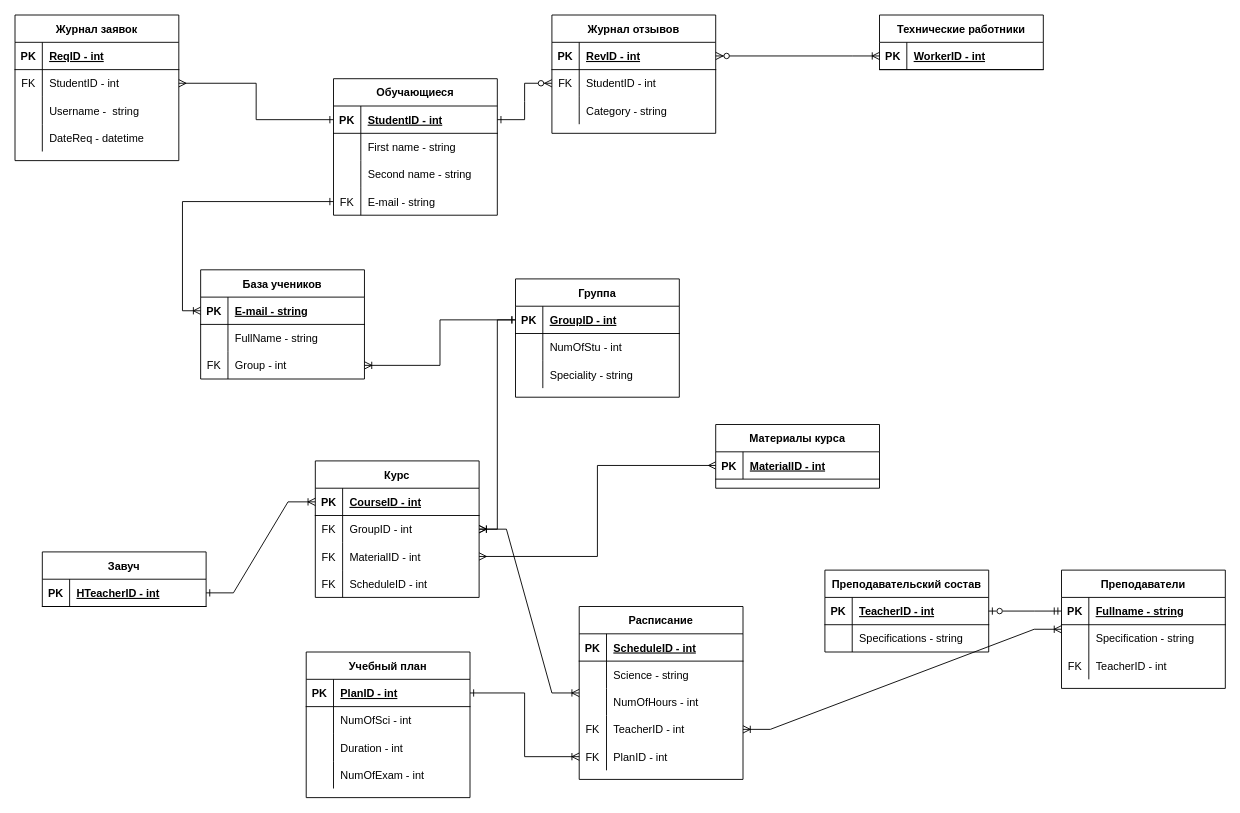
Above: ER.drawio in JKtheeone/Online-School (draw.io), before the change. Source tidied: cells renumbered, new cells numbered last; positions are measured from the earlier drawing's top-left corner, leaving out a move shared by most shapes. Both pictures are drawn from the tidied source at 91%, with x=0, y=0 at pixel (15, 15).
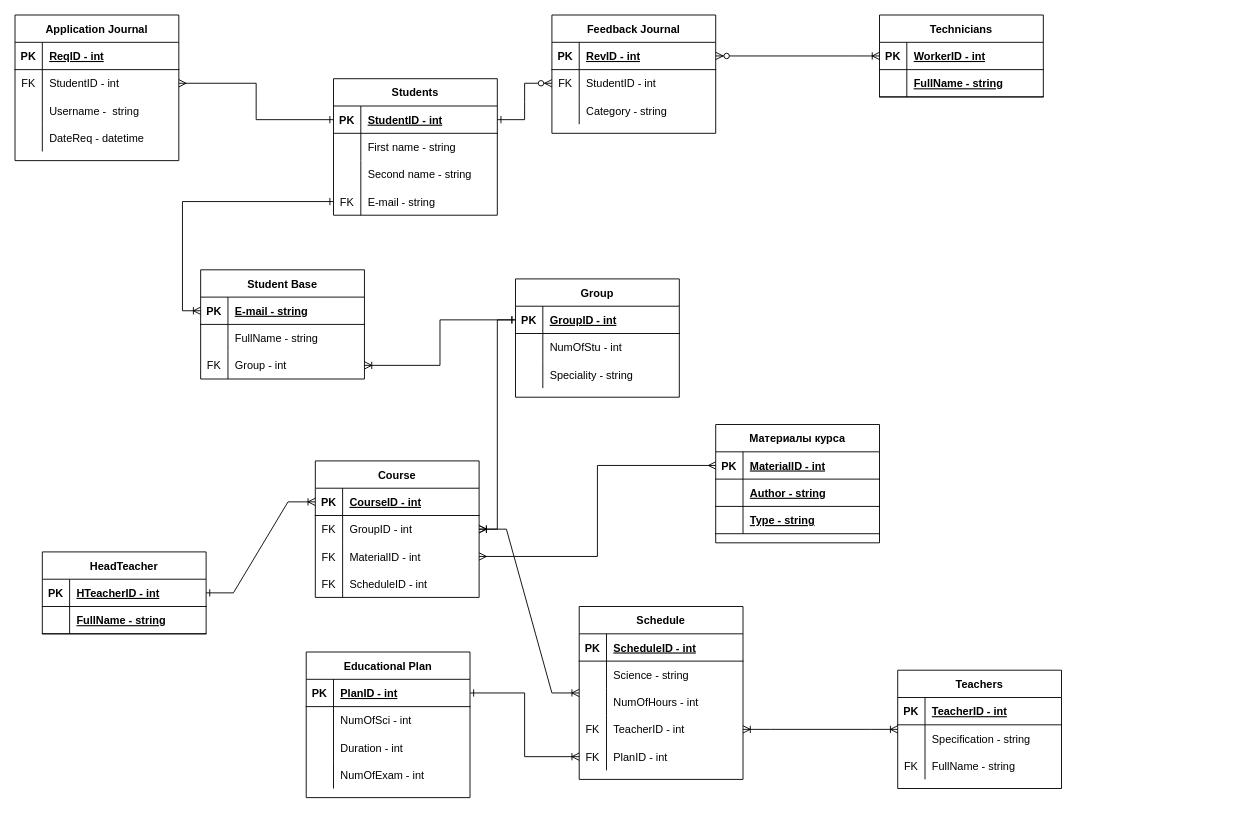
The same diagram, later.

The change refers to these unchanged cells:
```xml
<mxCell id="96" style="shape=partialRectangle;fillColor=none;top=0;left=0;bottom=1;right=0;points=[[0,0.5],[1,0.5]];portConstraint=eastwest;" parent="95" vertex="1">
  <mxGeometry y="30" width="180" height="30" as="geometry" />
</mxCell>
<mxCell id="102" style="shape=partialRectangle;fillColor=none;top=0;left=0;bottom=0;right=0;" parent="95" vertex="1">
  <mxGeometry y="90" width="180" height="30" as="geometry" />
</mxCell>
```

Change to the diagram source:
```diff
@@
-    <mxCell id="2" value="Обучающиеся" style="shape=table;startSize=30;childLayout=tableLayout;rowLines=0;fontStyle=1;align=center;fillColor=default;strokeColor=default;fontColor=default;" parent="1" vertex="1">
+    <mxCell id="2" value="Students" style="shape=table;startSize=30;childLayout=tableLayout;rowLines=0;fontStyle=1;align=center;fillColor=default;strokeColor=default;fontColor=default;" parent="1" vertex="1">
       <mxGeometry x="350" y="70" width="180" height="150" as="geometry" />
     </mxCell>
@@
-    <mxCell id="15" value="Журнал отзывов" style="shape=table;startSize=30;childLayout=tableLayout;rowLines=0;fontStyle=1;align=center;fillColor=default;strokeColor=default;fontColor=default;" parent="1" vertex="1">
+    <mxCell id="15" value="Feedback Journal" style="shape=table;startSize=30;childLayout=tableLayout;rowLines=0;fontStyle=1;align=center;fillColor=default;strokeColor=default;fontColor=default;" parent="1" vertex="1">
       <mxGeometry x="590" width="180" height="130" as="geometry" />
     </mxCell>
@@
-    <mxCell id="25" value="Журнал заявок" style="shape=table;startSize=30;childLayout=tableLayout;rowLines=0;fontStyle=1;align=center;fillColor=default;strokeColor=default;fontColor=default;" parent="1" vertex="1">
+    <mxCell id="25" value="Application Journal" style="shape=table;startSize=30;childLayout=tableLayout;rowLines=0;fontStyle=1;align=center;fillColor=default;strokeColor=default;fontColor=default;" parent="1" vertex="1">
       <mxGeometry width="180" height="160" as="geometry" />
     </mxCell>
@@
-    <mxCell id="38" value="Технические работники" style="shape=table;startSize=30;childLayout=tableLayout;rowLines=0;fontStyle=1;align=center;fillColor=default;strokeColor=default;fontColor=default;" parent="1" vertex="1">
-      <mxGeometry x="950" width="180" height="60" as="geometry" />
+    <mxCell id="38" value="Technicians" style="shape=table;startSize=30;childLayout=tableLayout;rowLines=0;fontStyle=1;align=center;fillColor=default;strokeColor=default;fontColor=default;" parent="1" vertex="1">
+      <mxGeometry x="950" width="180" height="90" as="geometry" />
     </mxCell>
@@
+    <mxCell id="141" style="shape=partialRectangle;fillColor=none;top=0;left=0;bottom=1;right=0;" parent="38" vertex="1">
+      <mxGeometry y="60" width="180" height="30" as="geometry" />
+    </mxCell>
+    <mxCell id="142" style="shape=partialRectangle;fillColor=none;top=0;left=0;bottom=0;right=0;fontStyle=1;overflow=hidden;" parent="141" vertex="1">
+      <mxGeometry width="30" height="30" as="geometry" />
+    </mxCell>
+    <mxCell id="143" value="FullName - string" style="shape=partialRectangle;fillColor=none;top=0;left=0;bottom=0;right=0;align=left;spacingLeft=6;fontStyle=5;overflow=hidden;" parent="141" vertex="1">
+      <mxGeometry x="30" width="150" height="30" as="geometry" />
+    </mxCell>
-    <mxCell id="42" value="Завуч" style="shape=table;startSize=30;childLayout=tableLayout;rowLines=0;fontStyle=1;align=center;" parent="1" vertex="1">
-      <mxGeometry x="30" y="590" width="180" height="60" as="geometry" />
+    <mxCell id="42" value="HeadTeacher" style="shape=table;startSize=30;childLayout=tableLayout;rowLines=0;fontStyle=1;align=center;" parent="1" vertex="1">
+      <mxGeometry x="30" y="590" width="180" height="90" as="geometry" />
     </mxCell>
@@
+    <mxCell id="144" style="shape=partialRectangle;fillColor=none;top=0;left=0;bottom=1;right=0;" parent="42" vertex="1">
+      <mxGeometry y="60" width="180" height="30" as="geometry" />
+    </mxCell>
+    <mxCell id="145" style="shape=partialRectangle;fillColor=none;top=0;left=0;bottom=0;right=0;fontStyle=1;overflow=hidden;" parent="144" vertex="1">
+      <mxGeometry width="30" height="30" as="geometry" />
+    </mxCell>
+    <mxCell id="146" value="FullName - string" style="shape=partialRectangle;fillColor=none;top=0;left=0;bottom=0;right=0;align=left;spacingLeft=6;fontStyle=5;overflow=hidden;" parent="144" vertex="1">
+      <mxGeometry x="30" width="150" height="30" as="geometry" />
+    </mxCell>
-    <mxCell id="46" value="Учебный план" style="shape=table;startSize=30;childLayout=tableLayout;rowLines=0;fontStyle=1;align=center;fillColor=default;strokeColor=default;fontColor=default;" parent="1" vertex="1">
+    <mxCell id="46" value="Educational Plan" style="shape=table;startSize=30;childLayout=tableLayout;rowLines=0;fontStyle=1;align=center;fillColor=default;strokeColor=default;fontColor=default;" parent="1" vertex="1">
       <mxGeometry x="320" y="700" width="180" height="160" as="geometry" />
     </mxCell>
@@
-    <mxCell id="59" value="Расписание" style="shape=table;startSize=30;childLayout=tableLayout;rowLines=0;fontStyle=1;align=center;" parent="1" vertex="1">
+    <mxCell id="59" value="Schedule" style="shape=table;startSize=30;childLayout=tableLayout;rowLines=0;fontStyle=1;align=center;" parent="1" vertex="1">
       <mxGeometry x="620" y="650" width="180" height="190" as="geometry" />
     </mxCell>
@@
-    <mxCell id="75" value="Курс" style="shape=table;startSize=30;childLayout=tableLayout;rowLines=0;fontStyle=1;align=center;fillColor=default;strokeColor=default;fontColor=default;" parent="1" vertex="1">
+    <mxCell id="75" value="Course" style="shape=table;startSize=30;childLayout=tableLayout;rowLines=0;fontStyle=1;align=center;fillColor=default;strokeColor=default;fontColor=default;" parent="1" vertex="1">
       <mxGeometry x="330" y="490" width="180" height="150" as="geometry" />
     </mxCell>
@@
-    <mxCell id="88" value="Преподавательский состав" style="shape=table;startSize=30;childLayout=tableLayout;rowLines=0;fontStyle=1;align=center;fillColor=default;strokeColor=default;fontColor=default;" parent="1" vertex="1">
-      <mxGeometry x="890" y="610" width="180" height="90" as="geometry" />
-    </mxCell>
-    <mxCell id="89" style="shape=partialRectangle;fillColor=none;top=0;left=0;bottom=1;right=0;points=[[0,0.5],[1,0.5]];portConstraint=eastwest;" parent="88" vertex="1">
-      <mxGeometry y="30" width="180" height="30" as="geometry" />
-    </mxCell>
-    <mxCell id="90" value="PK" style="shape=partialRectangle;fillColor=none;top=0;left=0;bottom=0;right=0;fontStyle=1;overflow=hidden;" parent="89" vertex="1">
-      <mxGeometry width="30" height="30" as="geometry" />
-    </mxCell>
-    <mxCell id="91" value="TeacherID - int" style="shape=partialRectangle;fillColor=none;top=0;left=0;bottom=0;right=0;align=left;spacingLeft=6;fontStyle=5;overflow=hidden;" parent="89" vertex="1">
-      <mxGeometry x="30" width="150" height="30" as="geometry" />
-    </mxCell>
-    <mxCell id="92" style="shape=partialRectangle;fillColor=none;top=0;left=0;bottom=0;right=0;" parent="88" vertex="1">
-      <mxGeometry y="60" width="180" height="30" as="geometry" />
-    </mxCell>
-    <mxCell id="93" style="shape=partialRectangle;fillColor=none;top=0;left=0;bottom=0;right=0;overflow=hidden;" parent="92" vertex="1">
-      <mxGeometry width="30" height="30" as="geometry" />
-    </mxCell>
-    <mxCell id="94" value="Specifications - string" style="shape=partialRectangle;fillColor=none;top=0;left=0;bottom=0;right=0;align=left;spacingLeft=6;overflow=hidden;" parent="92" vertex="1">
-      <mxGeometry x="30" width="150" height="30" as="geometry" />
-    </mxCell>
-    <mxCell id="95" value="Преподаватели" style="shape=table;startSize=30;childLayout=tableLayout;rowLines=0;fontStyle=1;align=center;fillColor=default;strokeColor=default;fontColor=default;" parent="1" vertex="1">
-      <mxGeometry x="1150" y="610" width="180" height="130" as="geometry" />
+    <mxCell id="95" value="Teachers" style="shape=table;startSize=30;childLayout=tableLayout;rowLines=0;fontStyle=1;align=center;fillColor=default;strokeColor=default;fontColor=default;" parent="1" vertex="1">
+      <mxGeometry x="970" y="720" width="180" height="130" as="geometry" />
     </mxCell>
@@
-    <mxCell id="98" value="Fullname - string" style="shape=partialRectangle;fillColor=none;top=0;left=0;bottom=0;right=0;align=left;spacingLeft=6;fontStyle=5;overflow=hidden;" parent="96" vertex="1">
+    <mxCell id="98" value="TeacherID - int" style="shape=partialRectangle;fillColor=none;top=0;left=0;bottom=0;right=0;align=left;spacingLeft=6;fontStyle=5;overflow=hidden;" parent="96" vertex="1">
       <mxGeometry x="30" width="150" height="30" as="geometry" />
     </mxCell>
@@
-    <mxCell id="104" value="TeacherID - int" style="shape=partialRectangle;fillColor=none;top=0;left=0;bottom=0;right=0;align=left;spacingLeft=6;overflow=hidden;" parent="102" vertex="1">
+    <mxCell id="104" value="FullName - string" style="shape=partialRectangle;fillColor=none;top=0;left=0;bottom=0;right=0;align=left;spacingLeft=6;overflow=hidden;" parent="102" vertex="1">
       <mxGeometry x="30" width="150" height="30" as="geometry" />
     </mxCell>
@@
-    <mxCell id="110" value="Группа" style="shape=table;startSize=30;childLayout=tableLayout;rowLines=0;fontStyle=1;align=center;fontColor=default;strokeColor=default;fillColor=default;" parent="1" vertex="1">
+    <mxCell id="110" value="Group" style="shape=table;startSize=30;childLayout=tableLayout;rowLines=0;fontStyle=1;align=center;fontColor=default;strokeColor=default;fillColor=default;" parent="1" vertex="1">
       <mxGeometry x="550" y="290" width="180" height="130" as="geometry" />
     </mxCell>
@@
     <mxCell id="120" value="Материалы курса" style="shape=table;startSize=30;childLayout=tableLayout;rowLines=0;fontStyle=1;align=center;fontColor=default;strokeColor=default;fillColor=default;" parent="1" vertex="1">
-      <mxGeometry x="770" y="450" width="180" height="70" as="geometry" />
+      <mxGeometry x="770" y="450" width="180" height="130" as="geometry" />
     </mxCell>
@@
+    <mxCell id="147" style="shape=partialRectangle;fillColor=none;top=0;left=0;bottom=1;right=0;fontColor=default;strokeColor=default;" parent="120" vertex="1">
+      <mxGeometry y="60" width="180" height="30" as="geometry" />
+    </mxCell>
+    <mxCell id="148" style="shape=partialRectangle;fillColor=none;top=0;left=0;bottom=0;right=0;fontStyle=1;overflow=hidden;fontColor=default;strokeColor=default;" parent="147" vertex="1">
+      <mxGeometry width="30" height="30" as="geometry" />
+    </mxCell>
+    <mxCell id="149" value="Author - string" style="shape=partialRectangle;fillColor=none;top=0;left=0;bottom=0;right=0;align=left;spacingLeft=6;fontStyle=5;overflow=hidden;fontColor=default;strokeColor=default;" parent="147" vertex="1">
+      <mxGeometry x="30" width="150" height="30" as="geometry" />
+    </mxCell>
+    <mxCell id="150" style="shape=partialRectangle;fillColor=none;top=0;left=0;bottom=1;right=0;fontColor=default;strokeColor=default;" parent="120" vertex="1">
+      <mxGeometry y="90" width="180" height="30" as="geometry" />
+    </mxCell>
+    <mxCell id="151" style="shape=partialRectangle;fillColor=none;top=0;left=0;bottom=0;right=0;fontStyle=1;overflow=hidden;fontColor=default;strokeColor=default;" parent="150" vertex="1">
+      <mxGeometry width="30" height="30" as="geometry" />
+    </mxCell>
+    <mxCell id="152" value="Type - string" style="shape=partialRectangle;fillColor=none;top=0;left=0;bottom=0;right=0;align=left;spacingLeft=6;fontStyle=5;overflow=hidden;fontColor=default;strokeColor=default;" parent="150" vertex="1">
+      <mxGeometry x="30" width="150" height="30" as="geometry" />
+    </mxCell>
-    <mxCell id="124" value="База учеников" style="shape=table;startSize=30;childLayout=tableLayout;rowLines=0;fontStyle=1;align=center;fontColor=default;strokeColor=default;fillColor=default;" parent="1" vertex="1">
+    <mxCell id="124" value="Student Base" style="shape=table;startSize=30;childLayout=tableLayout;rowLines=0;fontStyle=1;align=center;fontColor=default;strokeColor=default;fillColor=default;" parent="1" vertex="1">
       <mxGeometry x="204" y="280" width="180" height="120" as="geometry" />
     </mxCell>
@@
-    <mxCell id="140" style="edgeStyle=entityRelationEdgeStyle;fontSize=12;html=1;endArrow=ERmandOne;startArrow=ERzeroToOne;rounded=0;startFill=0;endFill=0;" parent="1" edge="1" source="89" target="96">
-      <mxGeometry relative="1" as="geometry" />
-    </mxCell>
```
